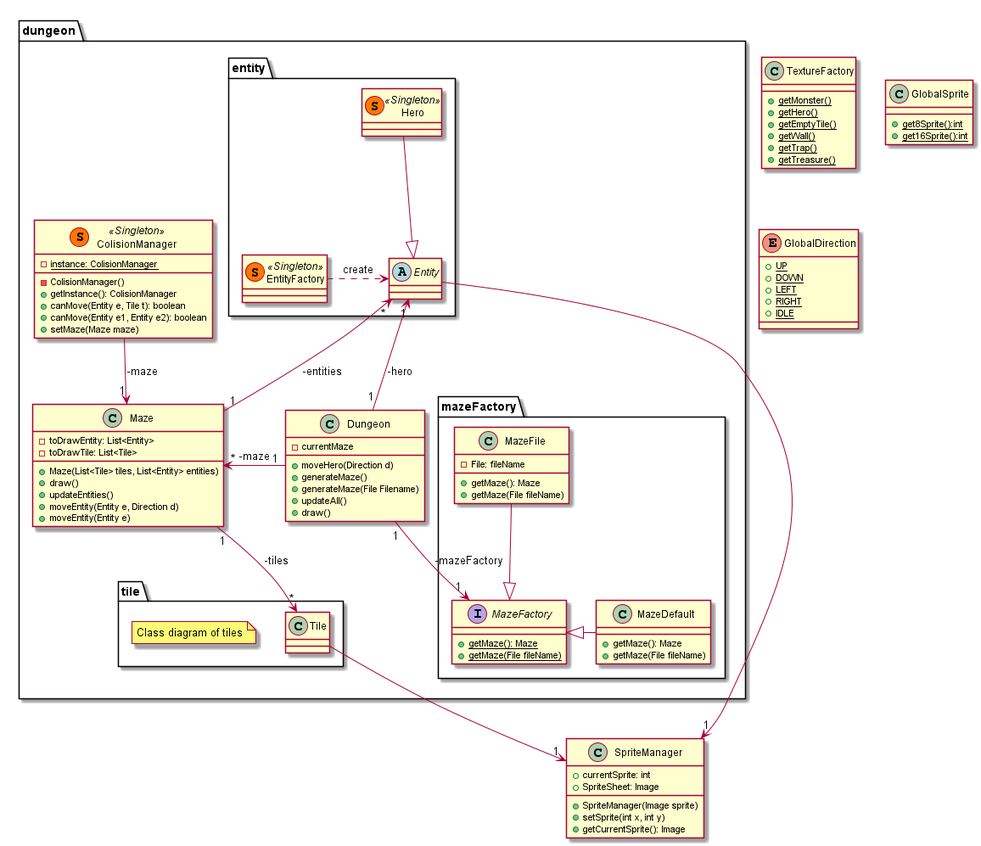
This is doc/first_sprint/diagrams/class/global.png from Reynault/ACL_2019_Zelpop, a PlantUML export, as it was before one commit.
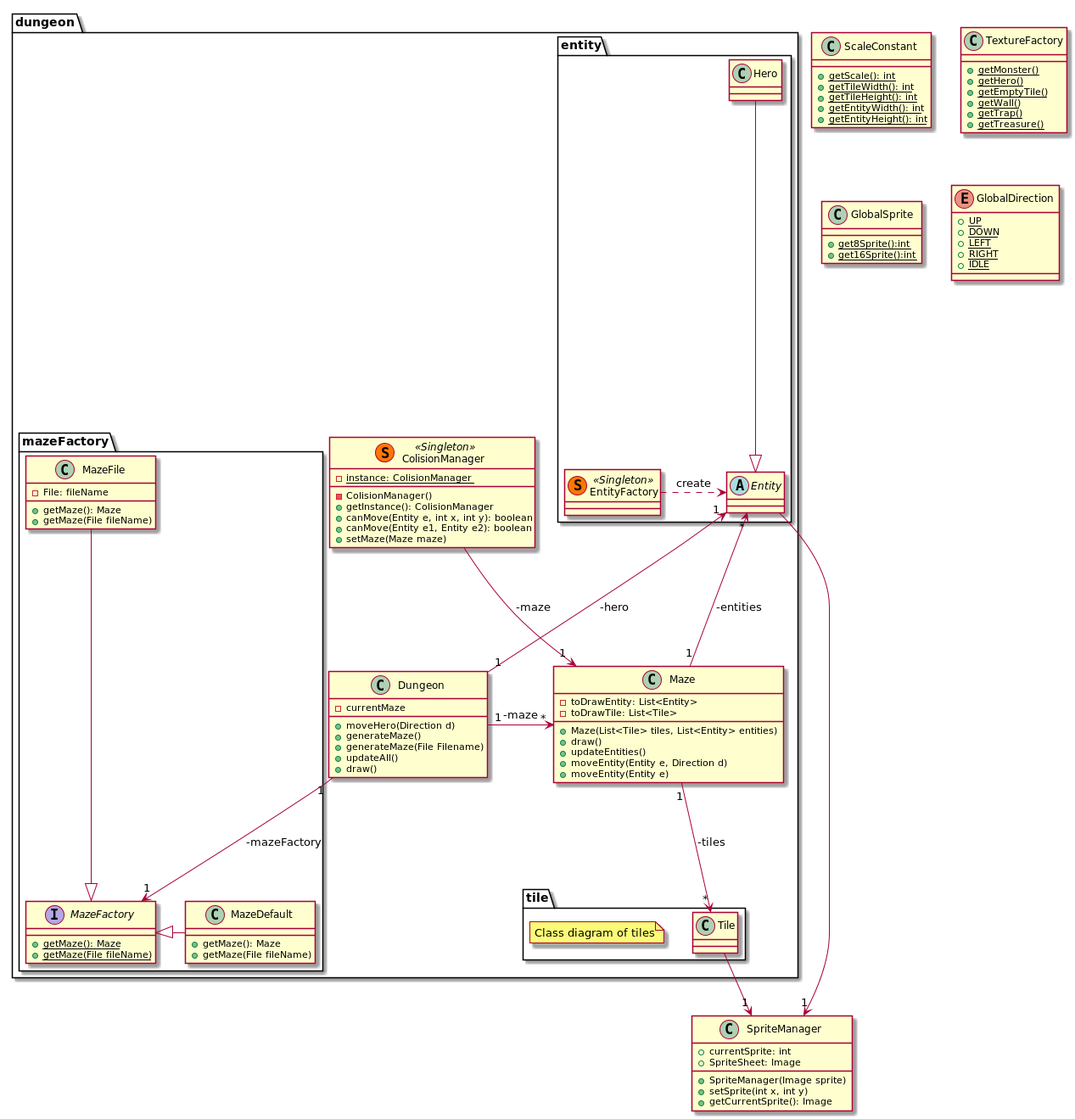
The same file after the commit.

The edit, as a diff of the source:
```diff
@@ -37,7 +37,7 @@
 
         }
 
-        class Hero << (S,#FF7700) Singleton >>{
+        class Hero{
 
         }
 
@@ -51,7 +51,7 @@
         - {static} instance: ColisionManager
         - ColisionManager()
         + getInstance(): ColisionManager
-        + canMove(Entity e, Tile t): boolean
+        + canMove(Entity e, int x, int y): boolean
         + canMove(Entity e1, Entity e2): boolean
         + setMaze(Maze maze)
     }
@@ -78,6 +78,14 @@
 
     }
 
+}
+
+class ScaleConstant{
+    + {static} getScale(): int
+    + {static} getTileWidth(): int
+    + {static} getTileHeight(): int
+    + {static} getEntityWidth(): int
+    + {static} getEntityHeight(): int
 }
 
 class TextureFactory{
```
